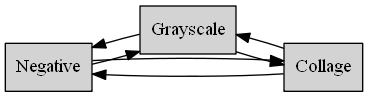
Earlier version of the Graphviz export Proyecto1_EDD_201701133/GraficaFILTRO.png (SelvinLP/EDD_2S2019_PY1_201701133). Its source is kept beside it as Proyecto1_EDD_201701133/GraficaFILTRO.dot.
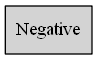
After the commit.

Change to the diagram source:
```diff
@@ -3,12 +3,4 @@
 rankdir=LR
 node[shape=record,style=filled]
 "Negative0"[label =" Negative"];
-"Negative0"->"Grayscale1";
-"Negative0"->"Grayscale1" [dir=back];
-"Grayscale1"[label =" Grayscale"];
-"Grayscale1"->"Collage2";
-"Grayscale1"->"Collage2"[dir=back];
-"Collage2"[label =" Collage"];
-"Collage2"->"Negative0";
-"Collage2"->"Negative0" [dir=back];
 }
```
